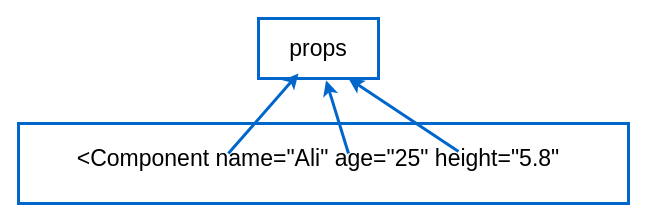
This is draw_io/props.drawio from arsibux/react-app, a draw.io file, before an edit. Source tidied: cells renumbered, new cells numbered last; positions are measured from the earlier drawing's top-left corner, leaving out a move shared by most shapes. Both pictures are drawn from the tidied source at 100%, with x=0, y=0 at pixel (18, 18).
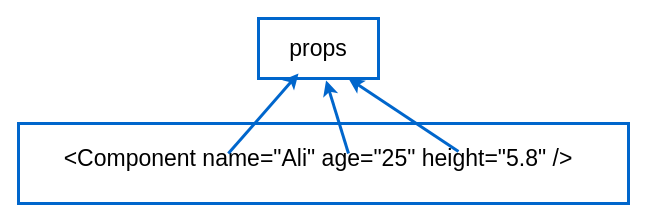
The same diagram, later.

The edit, as a diff of the source:
```diff
@@
 <mxGraphModel>
   <root>
     <mxCell id="0" />
     <mxCell id="1" parent="0" />
     <mxCell id="2" style="rounded=0;whiteSpace=wrap;html=1;strokeWidth=3;strokeColor=#0066CC;" parent="1" vertex="1">
       <mxGeometry y="105" width="610" height="80" as="geometry" />
     </mxCell>
-    <mxCell id="3" value="&lt;font style=&quot;font-size: 23px;&quot;&gt;&amp;lt;Component name=&quot;Ali&quot; age=&quot;25&quot; height=&quot;5.8&quot;&lt;/font&gt;" style="text;html=1;strokeColor=none;fillColor=none;align=center;verticalAlign=middle;whiteSpace=wrap;rounded=0;" parent="1" vertex="1">
+    <mxCell id="3" value="&lt;font style=&quot;font-size: 23px;&quot;&gt;&amp;lt;Component name=&quot;Ali&quot; age=&quot;25&quot; height=&quot;5.8&quot; /&amp;gt;&lt;/font&gt;" style="text;html=1;strokeColor=none;fillColor=none;align=center;verticalAlign=middle;whiteSpace=wrap;rounded=0;" parent="1" vertex="1">
       <mxGeometry x="20" y="125" width="560" height="30" as="geometry" />
     </mxCell>
     <mxCell id="4" value="props" style="whiteSpace=wrap;html=1;fontSize=23;strokeWidth=3;strokeColor=#0066CC;" parent="1" vertex="1">
       <mxGeometry x="240" width="120" height="60" as="geometry" />
     </mxCell>
     <mxCell id="5" style="endArrow=classic;html=1;rounded=0;fontSize=23;entryX=0.75;entryY=1;entryDx=0;entryDy=0;strokeWidth=3;strokeColor=#0066CC;" parent="1" edge="1" target="4">
       <mxGeometry relative="1" as="geometry">
         <mxPoint x="440" y="133" as="sourcePoint" />
       </mxGeometry>
     </mxCell>
     <mxCell id="6" style="endArrow=classic;html=1;rounded=0;fontSize=23;exitX=0.321;exitY=0.333;exitDx=0;exitDy=0;exitPerimeter=0;strokeWidth=3;strokeColor=#0066CC;" parent="1" edge="1">
       <mxGeometry relative="1" as="geometry">
         <mxPoint x="209.8" y="135" as="sourcePoint" />
         <mxPoint x="280" y="55" as="targetPoint" />
       </mxGeometry>
     </mxCell>
     <mxCell id="7" style="endArrow=classic;html=1;rounded=0;fontSize=23;entryX=0.563;entryY=1.032;entryDx=0;entryDy=0;entryPerimeter=0;strokeWidth=3;strokeColor=#0066CC;" parent="1" edge="1" target="4">
       <mxGeometry relative="1" as="geometry">
         <mxPoint x="330" y="135" as="sourcePoint" />
       </mxGeometry>
     </mxCell>
   </root>
 </mxGraphModel>
```
